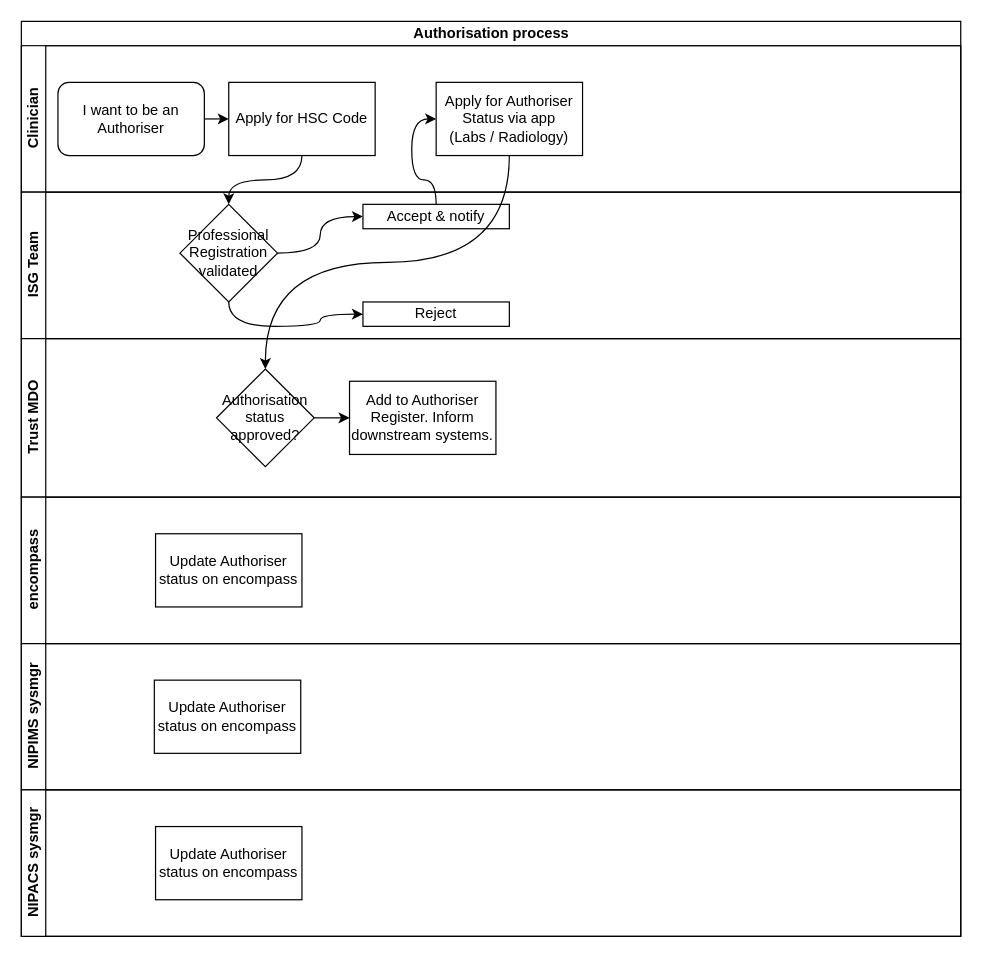
Above: authoriser.drawio in mckeebase/.github (draw.io), before the change. Source tidied: cells renumbered, new cells numbered last; positions are measured from the earlier drawing's top-left corner, leaving out a move shared by most shapes. Both pictures are drawn from the tidied source at 122%, with x=0, y=0 at pixel (21, 21).
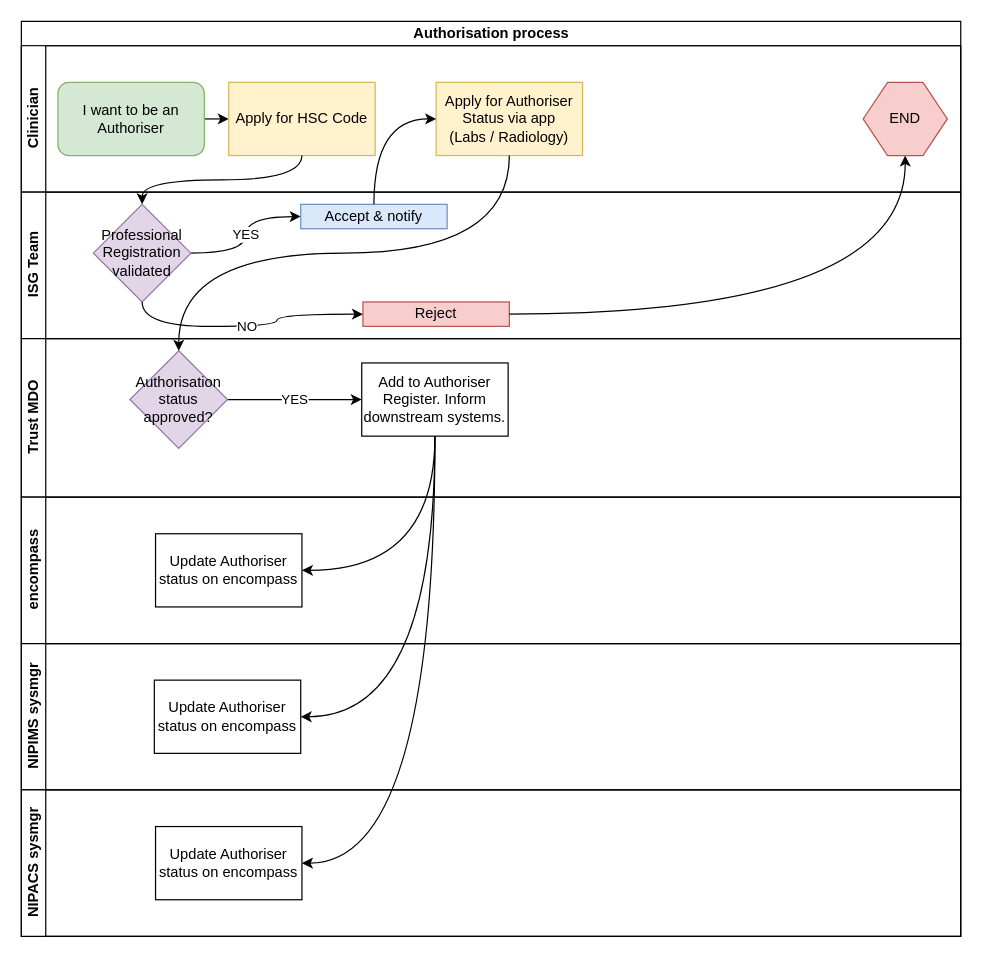
The same diagram, later.

The change refers to these unchanged cells:
```xml
<mxCell id="2" value="Authorisation process" style="swimlane;horizontal=1;startSize=20;html=1;" parent="1" vertex="1">
  <mxGeometry width="770" height="750" as="geometry" />
</mxCell>
<mxCell id="3" value="Clinician" style="swimlane;startSize=20;horizontal=0;html=1;" parent="2" vertex="1">
  <mxGeometry y="20" width="770" height="120" as="geometry" />
</mxCell>
<mxCell id="8" value="ISG Team" style="swimlane;startSize=20;horizontal=0;html=1;" parent="2" vertex="1">
  <mxGeometry y="140" width="770" height="120" as="geometry" />
</mxCell>
<mxCell id="14" value="Trust MDO" style="swimlane;startSize=20;horizontal=0;html=1;" parent="2" vertex="1">
  <mxGeometry y="260" width="770" height="130" as="geometry" />
</mxCell>
<mxCell id="19" value="Update Authoriser status on encompass" style="rounded=0;whiteSpace=wrap;html=1;" parent="18" vertex="1">
  <mxGeometry x="110" y="30" width="120" height="60" as="geometry" />
</mxCell>
<mxCell id="21" value="Update Authoriser status on encompass" style="rounded=0;whiteSpace=wrap;html=1;" parent="20" vertex="1">
  <mxGeometry x="109" y="30" width="120" height="60" as="geometry" />
</mxCell>
<mxCell id="23" value="Update Authoriser status on encompass" style="rounded=0;whiteSpace=wrap;html=1;" parent="22" vertex="1">
  <mxGeometry x="110" y="30" width="120" height="60" as="geometry" />
</mxCell>
```

The edit, as a diff of the source:
```diff
@@
-    <mxCell id="5" value="I want to be an Authoriser" style="rounded=1;whiteSpace=wrap;html=1;" parent="3" vertex="1">
+    <mxCell id="5" value="I want to be an Authoriser" style="rounded=1;whiteSpace=wrap;html=1;fillColor=#d5e8d4;strokeColor=#82b366;" parent="3" vertex="1">
       <mxGeometry x="30" y="30" width="120" height="60" as="geometry" />
     </mxCell>
-    <mxCell id="6" value="Apply for HSC Code" style="rounded=0;whiteSpace=wrap;html=1;" parent="3" vertex="1">
+    <mxCell id="6" value="Apply for HSC Code" style="rounded=0;whiteSpace=wrap;html=1;fillColor=#fff2cc;strokeColor=#d6b656;" parent="3" vertex="1">
       <mxGeometry x="170" y="30" width="120" height="60" as="geometry" />
     </mxCell>
-    <mxCell id="7" value="Apply for Authoriser Status via app&lt;div&gt;(Labs / Radiology)&lt;/div&gt;" style="rounded=0;whiteSpace=wrap;html=1;" parent="3" vertex="1">
+    <mxCell id="7" value="Apply for Authoriser Status via app&lt;div&gt;(Labs / Radiology)&lt;/div&gt;" style="rounded=0;whiteSpace=wrap;html=1;fillColor=#fff2cc;strokeColor=#d6b656;" parent="3" vertex="1">
       <mxGeometry x="340" y="30" width="120" height="60" as="geometry" />
     </mxCell>
+    <mxCell id="27" value="END" style="shape=hexagon;perimeter=hexagonPerimeter2;whiteSpace=wrap;html=1;fixedSize=1;fillColor=#f8cecc;strokeColor=#b85450;" parent="3" vertex="1">
+      <mxGeometry x="690" y="30" width="69" height="60" as="geometry" />
+    </mxCell>
@@
-    <mxCell id="9" style="edgeStyle=orthogonalEdgeStyle;rounded=0;jettySize=auto;html=1;curved=1;" parent="8" edge="1" source="10" target="11">
+    <mxCell id="9" value="YES" style="edgeStyle=orthogonalEdgeStyle;rounded=0;jettySize=auto;html=1;curved=1;" parent="8" edge="1" source="10" target="11">
       <mxGeometry relative="1" as="geometry" />
     </mxCell>
-    <mxCell id="10" value="Professional Registration validated" style="rhombus;whiteSpace=wrap;html=1;" parent="8" vertex="1">
-      <mxGeometry x="130" y="10" width="80" height="80" as="geometry" />
+    <mxCell id="10" value="Professional Registration validated" style="rhombus;whiteSpace=wrap;html=1;fillColor=#e1d5e7;strokeColor=#9673a6;" parent="8" vertex="1">
+      <mxGeometry x="59" y="10" width="80" height="80" as="geometry" />
     </mxCell>
-    <mxCell id="11" value="Accept &amp;amp; notify" style="whiteSpace=wrap;html=1;" parent="8" vertex="1">
-      <mxGeometry x="280" y="10" width="120" height="20" as="geometry" />
+    <mxCell id="11" value="Accept &amp;amp; notify" style="whiteSpace=wrap;html=1;fillColor=#dae8fc;strokeColor=#6c8ebf;" parent="8" vertex="1">
+      <mxGeometry x="229" y="10" width="120" height="20" as="geometry" />
     </mxCell>
-    <mxCell id="12" value="Reject" style="whiteSpace=wrap;html=1;" parent="8" vertex="1">
+    <mxCell id="12" value="Reject" style="whiteSpace=wrap;html=1;fillColor=#f8cecc;strokeColor=#b85450;" parent="8" vertex="1">
       <mxGeometry x="280" y="90" width="120" height="20" as="geometry" />
     </mxCell>
-    <mxCell id="13" style="edgeStyle=orthogonalEdgeStyle;rounded=0;jettySize=auto;html=1;exitX=0.5;exitY=1;exitDx=0;exitDy=0;curved=1;" parent="8" edge="1" source="10" target="12">
+    <mxCell id="13" value="NO" style="edgeStyle=orthogonalEdgeStyle;rounded=0;jettySize=auto;html=1;exitX=0.5;exitY=1;exitDx=0;exitDy=0;curved=1;" parent="8" edge="1" source="10" target="12">
       <mxGeometry relative="1" as="geometry" />
     </mxCell>
@@
-    <mxCell id="15" style="edgeStyle=orthogonalEdgeStyle;rounded=0;jettySize=auto;html=1;exitX=1;exitY=0.5;exitDx=0;exitDy=0;entryX=0;entryY=0.5;entryDx=0;entryDy=0;" parent="14" edge="1" source="16" target="17">
+    <mxCell id="15" value="YES" style="edgeStyle=orthogonalEdgeStyle;rounded=0;jettySize=auto;html=1;exitX=1;exitY=0.5;exitDx=0;exitDy=0;entryX=0;entryY=0.5;entryDx=0;entryDy=0;" parent="14" edge="1" source="16" target="17">
       <mxGeometry relative="1" as="geometry" />
     </mxCell>
-    <mxCell id="16" value="Authorisation status approved?" style="rhombus;whiteSpace=wrap;html=1;" parent="14" vertex="1">
-      <mxGeometry x="160" y="25" width="80" height="80" as="geometry" />
+    <mxCell id="16" value="Authorisation status approved?" style="rhombus;whiteSpace=wrap;html=1;fillColor=#e1d5e7;strokeColor=#9673a6;" parent="14" vertex="1">
+      <mxGeometry x="89" y="10" width="80" height="80" as="geometry" />
     </mxCell>
     <mxCell id="17" value="Add to Authoriser Register. Inform downstream systems." style="rounded=0;whiteSpace=wrap;html=1;" parent="14" vertex="1">
-      <mxGeometry x="269" y="35" width="120" height="60" as="geometry" />
+      <mxGeometry x="279" y="20" width="120" height="60" as="geometry" />
     </mxCell>
@@
+    <mxCell id="28" style="edgeStyle=orthogonalEdgeStyle;rounded=0;jettySize=auto;html=1;exitX=1;exitY=0.5;exitDx=0;exitDy=0;entryX=0.5;entryY=1;entryDx=0;entryDy=0;curved=1;" parent="2" edge="1" source="12" target="27">
+      <mxGeometry relative="1" as="geometry" />
+    </mxCell>
+    <mxCell id="29" style="edgeStyle=orthogonalEdgeStyle;rounded=0;jettySize=auto;html=1;exitX=0.5;exitY=1;exitDx=0;exitDy=0;entryX=1;entryY=0.5;entryDx=0;entryDy=0;curved=1;" parent="2" edge="1" source="17" target="19">
+      <mxGeometry relative="1" as="geometry" />
+    </mxCell>
+    <mxCell id="30" style="edgeStyle=orthogonalEdgeStyle;rounded=0;jettySize=auto;html=1;exitX=0.5;exitY=1;exitDx=0;exitDy=0;entryX=1;entryY=0.5;entryDx=0;entryDy=0;curved=1;" parent="2" edge="1" source="17" target="21">
+      <mxGeometry relative="1" as="geometry" />
+    </mxCell>
+    <mxCell id="31" style="edgeStyle=orthogonalEdgeStyle;rounded=0;jettySize=auto;html=1;exitX=0.5;exitY=1;exitDx=0;exitDy=0;entryX=1;entryY=0.5;entryDx=0;entryDy=0;curved=1;" parent="2" edge="1" source="17" target="23">
+      <mxGeometry relative="1" as="geometry" />
+    </mxCell>
```
